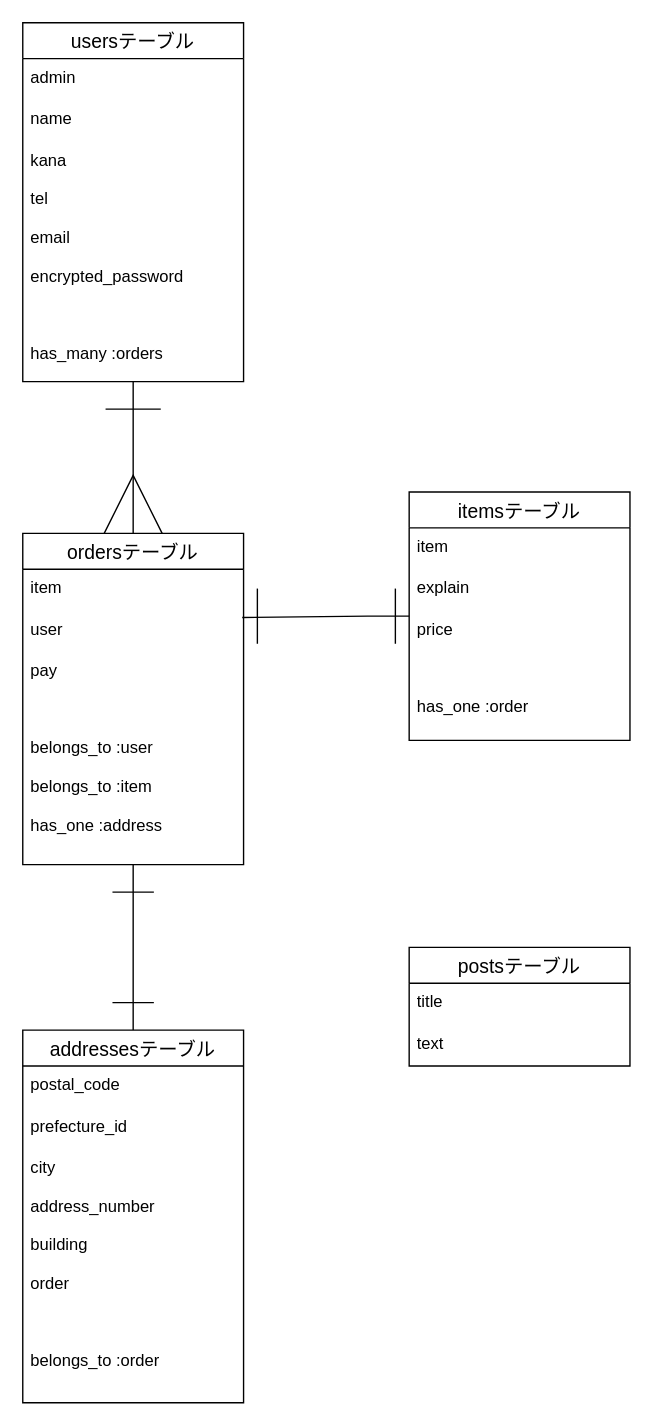
Above: er.dio in naoto-so/shoppers (draw.io), before the change. Source tidied: cells renumbered, new cells numbered last; positions are measured from the earlier drawing's top-left corner, leaving out a move shared by most shapes. Both pictures are drawn from the tidied source at 138%, with x=0, y=0 at pixel (22, 22).
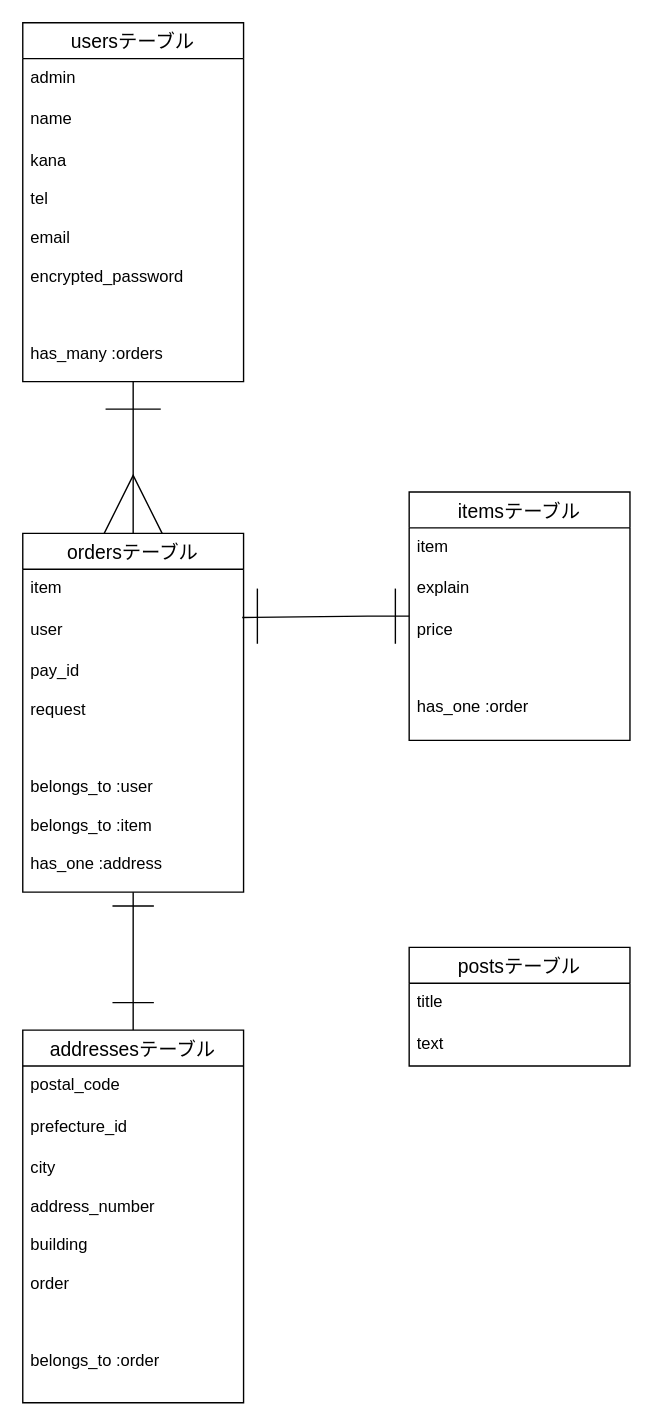
Above is the later version.

What changed in the source:
```diff
@@
     <mxCell id="12" value="ordersテーブル" style="swimlane;fontStyle=0;horizontal=1;startSize=26;align=center;fontSize=14;" parent="1" vertex="1">
-      <mxGeometry y="370" width="160" height="240" as="geometry" />
+      <mxGeometry y="370" width="160" height="260" as="geometry" />
     </mxCell>
@@
-    <mxCell id="15" value="pay&#10;&#10;&#10;&#10;belongs_to :user&#10;&#10;belongs_to :item&#10;&#10;has_one :address" style="text;strokeColor=none;fillColor=none;spacingLeft=4;spacingRight=4;overflow=hidden;points=[[0,0.5],[1,0.5]];portConstraint=eastwest;fontSize=12;" parent="12" vertex="1">
-      <mxGeometry y="86" width="160" height="154" as="geometry" />
+    <mxCell id="15" value="pay_id&#10;&#10;request&#10;&#10;&#10;&#10;belongs_to :user&#10;&#10;belongs_to :item&#10;&#10;has_one :address" style="text;strokeColor=none;fillColor=none;spacingLeft=4;spacingRight=4;overflow=hidden;points=[[0,0.5],[1,0.5]];portConstraint=eastwest;fontSize=12;" parent="12" vertex="1">
+      <mxGeometry y="86" width="160" height="174" as="geometry" />
     </mxCell>
@@
     <mxCell id="26" style="edgeStyle=none;rounded=0;html=1;exitX=1;exitY=0.5;exitDx=0;exitDy=0;endArrow=none;endFill=0;endSize=40;strokeWidth=1;" parent="1" edge="1">
       <mxGeometry relative="1" as="geometry">
-        <mxPoint x="65" y="630" as="sourcePoint" />
-        <mxPoint x="95" y="630" as="targetPoint" />
+        <mxPoint x="65" y="640" as="sourcePoint" />
+        <mxPoint x="95" y="640" as="targetPoint" />
       </mxGeometry>
     </mxCell>
```
